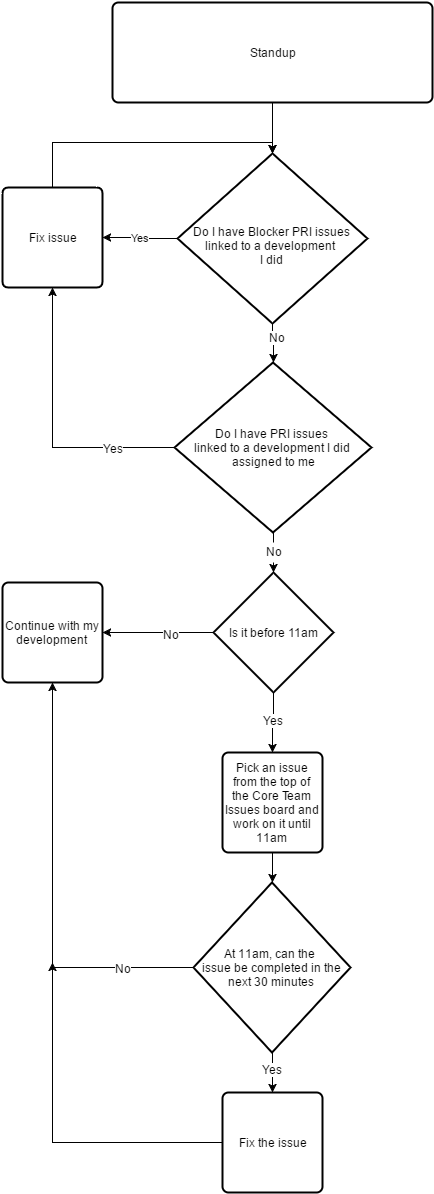
intuitive-documentation/process keeps this draw.io diagram as _content/Process/Workflow.png. Above is the earlier version. Source tidied: cells renumbered, new cells last; positions are measured from the earlier drawing's top-left corner, leaving out a move shared by most shapes.
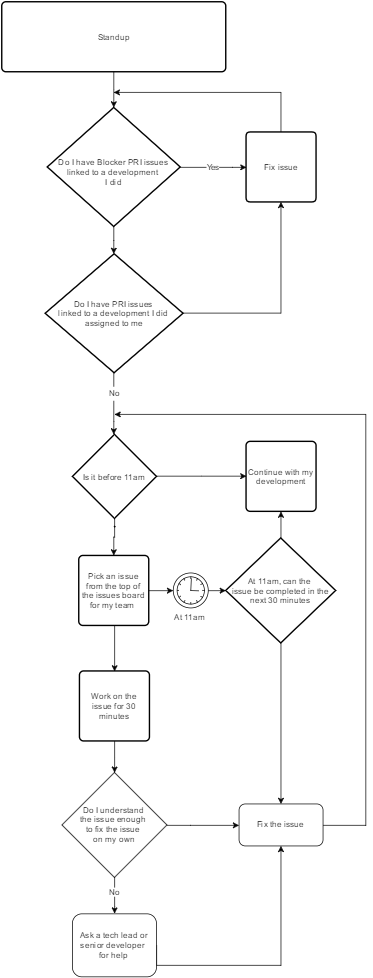
The same diagram one commit later.

What changed in the source:
```diff
@@ -2,147 +2,192 @@
   <root>
     <mxCell id="0" />
     <mxCell id="1" parent="0" />
-    <mxCell id="2" style="edgeStyle=orthogonalEdgeStyle;rounded=0;html=1;jettySize=auto;strokeColor=#000000;" parent="1" edge="1" source="3" target="8">
-      <mxGeometry x="460" y="120" as="geometry" />
+    <mxCell id="2" style="edgeStyle=orthogonalEdgeStyle;rounded=0;html=1;jettySize=auto;strokeColor=#000000;" parent="1" edge="1" source="3" target="7">
+      <mxGeometry x="460.1" y="120" as="geometry" />
     </mxCell>
     <mxCell id="3" value="Standup" style="strokeWidth=2;html=1;shape=mxgraph.flowchart.process;whiteSpace=wrap;" parent="1" vertex="1">
       <mxGeometry x="110" width="320" height="100" as="geometry" />
     </mxCell>
-    <mxCell id="4" value="Yes" style="edgeStyle=orthogonalEdgeStyle;rounded=0;html=1;jettySize=auto;" parent="1" edge="1" source="8">
-      <mxGeometry x="290" y="255" as="geometry">
-        <mxPoint x="100" y="235" as="targetPoint" />
+    <mxCell id="4" value="Yes" style="edgeStyle=orthogonalEdgeStyle;rounded=0;html=1;jettySize=auto;entryX=0.5;entryY=1;entryPerimeter=0;" parent="1" edge="1" source="7" target="9">
+      <mxGeometry x="555" y="256.6" as="geometry">
+        <Array as="points">
+          <mxPoint x="440" y="236" />
+          <mxPoint x="440" y="236" />
+        </Array>
       </mxGeometry>
     </mxCell>
-    <mxCell id="5" style="edgeStyle=orthogonalEdgeStyle;rounded=0;html=1;jettySize=auto;strokeColor=#000000;entryX=0.5;entryY=0;entryPerimeter=0;" parent="1" edge="1" source="8" target="12">
-      <mxGeometry x="460" y="341" as="geometry" />
+    <mxCell id="5" style="edgeStyle=orthogonalEdgeStyle;rounded=0;html=1;jettySize=auto;strokeColor=#000000;entryX=0.5;entryY=0;entryPerimeter=0;" parent="1" edge="1" source="7" target="11">
+      <mxGeometry x="460.1" y="341" as="geometry" />
     </mxCell>
     <mxCell id="6" value="No" style="text;html=1;align=center;verticalAlign=middle;labelBackgroundColor=#ffffff;" parent="5" vertex="1">
       <mxGeometry x="0.02" y="-3" relative="1" as="geometry">
         <mxPoint x="4" y="-10" as="offset" />
       </mxGeometry>
     </mxCell>
-    <mxCell id="7" value="No" style="text;html=1;points=[];align=center;verticalAlign=middle;labelBackgroundColor=#ffffff;" parent="1" vertex="1">
-      <mxGeometry x="274" y="334" as="geometry">
-        <mxPoint x="4" y="-10" as="offset" />
-      </mxGeometry>
+    <mxCell id="7" value="&lt;div&gt;&lt;br&gt;&lt;/div&gt;Do I have Blocker PRI issues linked&amp;nbsp;&lt;span&gt;to a development&amp;nbsp;&lt;/span&gt;&lt;div&gt;&lt;span&gt;I did&lt;/span&gt;&lt;/div&gt;" style="strokeWidth=2;html=1;shape=mxgraph.flowchart.decision;whiteSpace=wrap;direction=west;" parent="1" vertex="1">
+      <mxGeometry x="175" y="151" width="190" height="170" as="geometry" />
     </mxCell>
-    <mxCell id="8" value="&lt;div&gt;&lt;br&gt;&lt;/div&gt;Do I have Blocker PRI issues linked&amp;nbsp;&lt;span&gt;to a development&amp;nbsp;&lt;/span&gt;&lt;div&gt;&lt;span&gt;I did&lt;/span&gt;&lt;/div&gt;" style="strokeWidth=2;html=1;shape=mxgraph.flowchart.decision;whiteSpace=wrap;direction=west;" parent="1" vertex="1">
-      <mxGeometry x="175" y="151" width="190" height="170" as="geometry" />
+    <mxCell id="8" style="edgeStyle=orthogonalEdgeStyle;rounded=0;html=1;exitX=0;exitY=0.5;exitPerimeter=0;jettySize=auto;strokeColor=#000000;" parent="1" edge="1" source="9">
+      <mxGeometry x="460.1" y="149.5" as="geometry">
+        <mxPoint x="270.1" y="129.5" as="targetPoint" />
+        <Array as="points">
+          <mxPoint x="509" y="130" />
+          <mxPoint x="270" y="130" />
+        </Array>
+      </mxGeometry>
     </mxCell>
-    <mxCell id="9" style="edgeStyle=orthogonalEdgeStyle;rounded=0;html=1;jettySize=auto;entryX=0.5;entryY=1;entryPerimeter=0;" parent="1" edge="1" source="10" target="8">
-      <mxGeometry x="240" y="160" as="geometry">
-        <Array as="points">
-          <mxPoint x="50" y="140" />
-          <mxPoint x="270" y="140" />
-        </Array>
-      </mxGeometry>
+    <mxCell id="9" value="Fix issue" style="strokeWidth=2;html=1;shape=mxgraph.flowchart.process;whiteSpace=wrap;direction=south;" parent="1" vertex="1">
+      <mxGeometry x="459" y="186" width="100" height="100" as="geometry" />
     </mxCell>
-    <mxCell id="10" value="Fix issue" style="strokeWidth=2;html=1;shape=mxgraph.flowchart.process;whiteSpace=wrap;direction=south;" parent="1" vertex="1">
-      <mxGeometry y="185" width="100" height="100" as="geometry" />
+    <mxCell id="10" style="edgeStyle=orthogonalEdgeStyle;rounded=0;html=1;jettySize=auto;strokeColor=#000000;" parent="1" edge="1" source="11" target="18">
+      <mxGeometry x="460.1" y="550" as="geometry">
+        <Array as="points">
+          <mxPoint x="270" y="600" />
+          <mxPoint x="270" y="600" />
+        </Array>
+      </mxGeometry>
     </mxCell>
-    <mxCell id="11" style="edgeStyle=orthogonalEdgeStyle;rounded=0;html=1;jettySize=auto;strokeColor=#000000;" parent="1" edge="1" source="12" target="22">
-      <mxGeometry x="461" y="550" as="geometry" />
+    <mxCell id="11" value="Do I have PRI issues&amp;nbsp;&lt;div&gt;linked&amp;nbsp;&lt;span style=&quot;line-height: 1.2&quot;&gt;to a development I did&amp;nbsp;&lt;/span&gt;&lt;div&gt;assigned to me&lt;/div&gt;&lt;/div&gt;" style="strokeWidth=2;html=1;shape=mxgraph.flowchart.decision;whiteSpace=wrap;" parent="1" vertex="1">
+      <mxGeometry x="172" y="360" width="197" height="170" as="geometry" />
     </mxCell>
-    <mxCell id="12" value="Do I have PRI issues&amp;nbsp;&lt;div&gt;linked&amp;nbsp;&lt;span style=&quot;line-height: 1.2&quot;&gt;to a development I did&amp;nbsp;&lt;/span&gt;&lt;div&gt;&lt;span style=&quot;line-height: 1.2&quot;&gt;assigned to me&lt;/span&gt;&lt;/div&gt;&lt;/div&gt;" style="strokeWidth=2;html=1;shape=mxgraph.flowchart.decision;whiteSpace=wrap;" parent="1" vertex="1">
-      <mxGeometry x="172" y="360" width="197" height="170" as="geometry" />
+    <mxCell id="12" style="edgeStyle=orthogonalEdgeStyle;rounded=0;html=1;exitX=1;exitY=0.5;exitPerimeter=0;entryX=1;entryY=0.5;entryPerimeter=0;jettySize=auto;strokeColor=#000000;" parent="1" edge="1" source="11" target="9">
+      <mxGeometry x="558.9" y="306" as="geometry">
+        <Array as="points">
+          <mxPoint x="509" y="445" />
+        </Array>
+      </mxGeometry>
     </mxCell>
-    <mxCell id="13" style="edgeStyle=orthogonalEdgeStyle;rounded=0;html=1;exitX=0;exitY=0.5;exitPerimeter=0;entryX=1;entryY=0.5;entryPerimeter=0;jettySize=auto;strokeColor=#000000;" parent="1" edge="1" source="12" target="10">
-      <mxGeometry x="240" y="305" as="geometry">
-        <Array as="points">
-          <mxPoint x="50" y="445" />
-        </Array>
+    <mxCell id="13" value="Yes" style="text;html=1;align=center;verticalAlign=middle;labelBackgroundColor=#ffffff;" parent="12" vertex="1">
+      <mxGeometry x="-0.29" y="1" relative="1" as="geometry">
+        <mxPoint x="-47" y="1" as="offset" />
       </mxGeometry>
     </mxCell>
-    <mxCell id="14" value="Yes" style="text;html=1;align=center;verticalAlign=middle;labelBackgroundColor=#ffffff;" parent="13" vertex="1">
-      <mxGeometry x="-0.29" y="1" relative="1" as="geometry">
-        <mxPoint x="38" y="-1" as="offset" />
-      </mxGeometry>
+    <mxCell id="14" style="edgeStyle=orthogonalEdgeStyle;rounded=0;html=1;jettySize=auto;strokeColor=#000000;entryX=0;entryY=0.5;entryPerimeter=0;" parent="1" edge="1" source="18" target="19">
+      <mxGeometry x="521" y="697.8" as="geometry" />
     </mxCell>
-    <mxCell id="15" value="Yes" style="text;html=1;align=center;verticalAlign=middle;labelBackgroundColor=#ffffff;" parent="1" vertex="1">
-      <mxGeometry x="110" y="445" as="geometry">
-        <mxPoint x="38" y="-1" as="offset" />
+    <mxCell id="15" value="No" style="text;html=1;align=center;verticalAlign=middle;labelBackgroundColor=#ffffff;" parent="14" vertex="1">
+      <mxGeometry x="-0.23" y="4" relative="1" as="geometry">
+        <mxPoint x="14" y="6" as="offset" />
       </mxGeometry>
     </mxCell>
-    <mxCell id="16" style="edgeStyle=orthogonalEdgeStyle;rounded=0;html=1;jettySize=auto;strokeColor=#000000;entryX=1;entryY=0.5;entryPerimeter=0;" parent="1" edge="1" source="22" target="23">
-      <mxGeometry x="290" y="650" as="geometry" />
+    <mxCell id="16" style="edgeStyle=orthogonalEdgeStyle;rounded=0;html=1;jettySize=auto;strokeColor=#000000;exitX=0.5;exitY=1;exitPerimeter=0;" parent="1" edge="1" source="18" target="22">
+      <mxGeometry x="460.1" y="757.8" as="geometry">
+        <Array as="points">
+          <mxPoint x="271" y="765" />
+          <mxPoint x="270" y="765" />
+        </Array>
+      </mxGeometry>
     </mxCell>
-    <mxCell id="17" value="No" style="text;html=1;align=center;verticalAlign=middle;labelBackgroundColor=#ffffff;" parent="16" vertex="1">
-      <mxGeometry x="-0.23" y="4" relative="1" as="geometry">
-        <mxPoint y="-3" as="offset" />
+    <mxCell id="17" value="Yes" style="text;html=1;align=center;verticalAlign=middle;labelBackgroundColor=#ffffff;" parent="16" vertex="1">
+      <mxGeometry x="0.02" y="-3" relative="1" as="geometry">
+        <mxPoint x="3" y="-3" as="offset" />
       </mxGeometry>
     </mxCell>
-    <mxCell id="18" value="No" style="text;html=1;points=[];align=center;verticalAlign=middle;labelBackgroundColor=#ffffff;" parent="1" vertex="1">
-      <mxGeometry x="168" y="631" as="geometry">
-        <mxPoint y="-3" as="offset" />
-      </mxGeometry>
+    <mxCell id="18" value="Is it before 11am" style="strokeWidth=2;html=1;shape=mxgraph.flowchart.decision;whiteSpace=wrap;" parent="1" vertex="1">
+      <mxGeometry x="211" y="618" width="120" height="120" as="geometry" />
     </mxCell>
-    <mxCell id="19" style="edgeStyle=orthogonalEdgeStyle;rounded=0;html=1;jettySize=auto;strokeColor=#000000;" parent="1" edge="1" source="22" target="25">
-      <mxGeometry x="460" y="710" as="geometry" />
+    <mxCell id="19" value="Continue with my development" style="strokeWidth=2;html=1;shape=mxgraph.flowchart.process;whiteSpace=wrap;" parent="1" vertex="1">
+      <mxGeometry x="459" y="628" width="100" height="100" as="geometry" />
     </mxCell>
-    <mxCell id="20" value="Yes" style="text;html=1;align=center;verticalAlign=middle;labelBackgroundColor=#ffffff;" parent="19" vertex="1">
-      <mxGeometry x="0.02" y="-3" relative="1" as="geometry">
-        <mxPoint x="3" y="-3" as="offset" />
-      </mxGeometry>
+    <mxCell id="20" style="edgeStyle=orthogonalEdgeStyle;rounded=0;html=1;exitX=1;exitY=0.5;exitPerimeter=0;entryX=0;entryY=0.5;jettySize=auto;strokeColor=#000000;" parent="1" edge="1" source="22" target="41">
+      <mxGeometry x="509.5" y="861.3" as="geometry" />
     </mxCell>
-    <mxCell id="21" value="Yes" style="text;html=1;align=center;verticalAlign=middle;labelBackgroundColor=#ffffff;" parent="1" vertex="1">
-      <mxGeometry x="270" y="717" as="geometry">
-        <mxPoint x="3" y="-3" as="offset" />
+    <mxCell id="21" style="edgeStyle=orthogonalEdgeStyle;rounded=0;html=1;exitX=0.5;exitY=1;exitPerimeter=0;entryX=0.5;entryY=0;entryPerimeter=0;jettySize=auto;strokeColor=#000000;" parent="1" edge="1" source="22" target="30">
+      <mxGeometry x="460.1" y="910.7" as="geometry">
+        <Array as="points">
+          <mxPoint x="271" y="891" />
+        </Array>
       </mxGeometry>
     </mxCell>
-    <mxCell id="22" value="Is it before 11am" style="strokeWidth=2;html=1;shape=mxgraph.flowchart.decision;whiteSpace=wrap;" parent="1" vertex="1">
-      <mxGeometry x="211" y="570" width="120" height="120" as="geometry" />
+    <mxCell id="22" value="Pick an issue from the top of the issues board for my team&amp;nbsp;" style="strokeWidth=2;html=1;shape=mxgraph.flowchart.process;whiteSpace=wrap;" parent="1" vertex="1">
+      <mxGeometry x="220" y="791" width="100" height="100" as="geometry" />
     </mxCell>
-    <mxCell id="23" value="Continue with my development" style="strokeWidth=2;html=1;shape=mxgraph.flowchart.process;whiteSpace=wrap;" parent="1" vertex="1">
-      <mxGeometry y="580" width="100" height="100" as="geometry" />
+    <mxCell id="23" style="edgeStyle=orthogonalEdgeStyle;rounded=0;html=1;exitX=0.5;exitY=1;exitPerimeter=0;entryX=0.5;entryY=1;entryPerimeter=0;jettySize=auto;orthogonalLoop=1;strokeColor=#000000;" parent="1" edge="1">
+      <mxGeometry x="461.2" y="770.5" as="geometry">
+        <mxPoint x="271.2" y="750.5" as="sourcePoint" />
+        <mxPoint x="271.2" y="750.7" as="targetPoint" />
+      </mxGeometry>
     </mxCell>
-    <mxCell id="24" style="edgeStyle=orthogonalEdgeStyle;rounded=0;html=1;jettySize=auto;strokeColor=#000000;" parent="1" edge="1" source="25" target="33">
-      <mxGeometry x="460" y="870" as="geometry" />
+    <mxCell id="24" style="edgeStyle=orthogonalEdgeStyle;rounded=0;html=1;exitX=0.5;exitY=0;exitPerimeter=0;entryX=0.5;entryY=1;entryPerimeter=0;jettySize=auto;strokeColor=#000000;" parent="1" edge="1" source="28" target="19">
+      <mxGeometry x="698.9" y="748.4" as="geometry" />
     </mxCell>
-    <mxCell id="25" value="Pick an issue from the top of the Core Team Issues board and work on it until 11am" style="strokeWidth=2;html=1;shape=mxgraph.flowchart.process;whiteSpace=wrap;" parent="1" vertex="1">
-      <mxGeometry x="220" y="750" width="100" height="100" as="geometry" />
+    <mxCell id="25" value="No" style="text;html=1;points=[];align=center;verticalAlign=middle;labelBackgroundColor=#ffffff;" parent="24" vertex="1">
+      <mxGeometry x="-0.2" y="-1" relative="1" as="geometry" />
     </mxCell>
-    <mxCell id="26" style="edgeStyle=orthogonalEdgeStyle;rounded=0;html=1;exitX=0.5;exitY=1;exitPerimeter=0;entryX=0.5;entryY=1;entryPerimeter=0;jettySize=auto;orthogonalLoop=1;strokeColor=#000000;" parent="1" edge="1" source="22" target="22">
-      <mxGeometry x="461" y="710" as="geometry" />
+    <mxCell id="26" style="edgeStyle=orthogonalEdgeStyle;rounded=0;html=1;exitX=0.5;exitY=1;exitPerimeter=0;entryX=0.5;entryY=0;jettySize=auto;strokeColor=#000000;" parent="1" edge="1" source="28" target="39">
+      <mxGeometry x="698.9" y="936.6" as="geometry" />
     </mxCell>
-    <mxCell id="27" style="edgeStyle=orthogonalEdgeStyle;rounded=0;html=1;jettySize=auto;strokeColor=#000000;entryX=0.5;entryY=1;entryPerimeter=0;" parent="1" edge="1" source="33" target="23">
-      <mxGeometry x="240" y="700" as="geometry">
-        <Array as="points">
-          <mxPoint x="50" y="965" />
-        </Array>
-      </mxGeometry>
+    <mxCell id="27" value="Yes" style="text;html=1;align=center;verticalAlign=middle;labelBackgroundColor=#ffffff;" parent="26" vertex="1">
+      <mxGeometry x="-0.6" y="-1" relative="1" as="geometry" />
     </mxCell>
-    <mxCell id="28" value="No" style="text;html=1;points=[];align=center;verticalAlign=middle;labelBackgroundColor=#ffffff;" parent="27" vertex="1">
-      <mxGeometry x="-0.35" y="-25" relative="1" as="geometry">
-        <mxPoint x="68" y="25" as="offset" />
-      </mxGeometry>
+    <mxCell id="28" value="At 11am, can the&amp;nbsp;&lt;div&gt;issue be completed in the next 30 minutes&lt;/div&gt;" style="strokeWidth=2;html=1;shape=mxgraph.flowchart.decision;whiteSpace=wrap;" parent="1" vertex="1">
+      <mxGeometry x="430" y="766" width="157" height="150" as="geometry" />
     </mxCell>
-    <mxCell id="29" value="No" style="text;html=1;align=center;verticalAlign=middle;labelBackgroundColor=#ffffff;" parent="1" vertex="1">
-      <mxGeometry x="120" y="965" as="geometry">
-        <mxPoint x="68" y="25" as="offset" />
-      </mxGeometry>
+    <mxCell id="29" style="edgeStyle=orthogonalEdgeStyle;rounded=0;html=1;exitX=0.5;exitY=1;exitPerimeter=0;jettySize=auto;strokeColor=#000000;" parent="1" edge="1" source="30" target="35">
+      <mxGeometry x="461.2" y="1076.6" as="geometry" />
     </mxCell>
-    <mxCell id="30" style="edgeStyle=orthogonalEdgeStyle;rounded=0;html=1;jettySize=auto;strokeColor=#000000;" parent="1" edge="1" source="33" target="35">
-      <mxGeometry x="460" y="1070" as="geometry" />
+    <mxCell id="30" value="Work on the issue for 30 minutes" style="strokeWidth=2;html=1;shape=mxgraph.flowchart.process;whiteSpace=wrap;" parent="1" vertex="1">
+      <mxGeometry x="221" y="956" width="100" height="100" as="geometry" />
     </mxCell>
-    <mxCell id="31" value="Yes" style="text;html=1;align=center;verticalAlign=middle;labelBackgroundColor=#ffffff;" parent="30" vertex="1">
-      <mxGeometry x="-0.22" y="-1" relative="1" as="geometry" />
+    <mxCell id="31" value="No" style="text;html=1;align=left;verticalAlign=top;spacingTop=-4;fillColor=#ffffff;strokeColor=none;" parent="1" vertex="1">
+      <mxGeometry x="261" y="550" width="30" height="20" as="geometry" />
     </mxCell>
-    <mxCell id="32" value="Yes" style="text;html=1;align=center;verticalAlign=middle;labelBackgroundColor=#ffffff;" parent="1" vertex="1">
-      <mxGeometry x="269" y="1066" as="geometry" />
+    <mxCell id="32" value="No" style="edgeStyle=orthogonalEdgeStyle;rounded=0;html=1;exitX=0.5;exitY=1;entryX=0.5;entryY=0;jettySize=auto;strokeColor=#000000;" parent="1" edge="1" source="35" target="37">
+      <mxGeometry x="461.2" y="1270.7" as="geometry">
+        <Array as="points">
+          <mxPoint x="271" y="1293" />
+          <mxPoint x="271" y="1293" />
+        </Array>
+        <mxPoint x="20" y="-20" as="offset" />
+      </mxGeometry>
     </mxCell>
-    <mxCell id="33" value="At 11am, can the&amp;nbsp;&lt;div&gt;issue be completed in the next 30 minutes&lt;/div&gt;" style="strokeWidth=2;html=1;shape=mxgraph.flowchart.decision;whiteSpace=wrap;" parent="1" vertex="1">
-      <mxGeometry x="191" y="880" width="157" height="170" as="geometry" />
+    <mxCell id="33" style="edgeStyle=orthogonalEdgeStyle;rounded=0;html=1;exitX=1;exitY=0.5;entryX=0;entryY=0.5;jettySize=auto;strokeColor=#000000;" parent="1" edge="1" source="35" target="39">
+      <mxGeometry x="536.5" y="1196.6" as="geometry">
+        <Array as="points">
+          <mxPoint x="380" y="1176" />
+          <mxPoint x="380" y="1176" />
+        </Array>
+      </mxGeometry>
     </mxCell>
-    <mxCell id="34" style="edgeStyle=orthogonalEdgeStyle;rounded=0;html=1;jettySize=auto;strokeColor=#000000;" parent="1" edge="1" source="35">
-      <mxGeometry x="240" y="980" as="geometry">
-        <mxPoint x="50" y="960" as="targetPoint" />
+    <mxCell id="34" value="Yes" style="text;html=1;align=center;verticalAlign=middle;labelBackgroundColor=#ffffff;" parent="33" vertex="1">
+      <mxGeometry x="-0.12" y="-1" relative="1" as="geometry">
+        <mxPoint x="3" y="-1" as="offset" />
       </mxGeometry>
     </mxCell>
-    <mxCell id="35" value="Fix the issue" style="strokeWidth=2;html=1;shape=mxgraph.flowchart.process;whiteSpace=wrap;" parent="1" vertex="1">
-      <mxGeometry x="220" y="1090" width="100" height="100" as="geometry" />
+    <mxCell id="35" value="Do I understand&amp;nbsp;&lt;div&gt;the issue enough&amp;nbsp;&lt;/div&gt;&lt;div&gt;to fix the issue&amp;nbsp;&lt;/div&gt;&lt;div&gt;on my own&lt;/div&gt;" style="rhombus;whiteSpace=wrap;html=1;" parent="1" vertex="1">
+      <mxGeometry x="196" y="1101" width="150" height="150" as="geometry" />
     </mxCell>
-    <mxCell id="36" value="No" style="text;html=1;align=left;verticalAlign=top;spacingTop=-4;fillColor=#ffffff;strokeColor=none;" parent="1" vertex="1">
-      <mxGeometry x="262" y="540" width="30" height="20" as="geometry" />
+    <mxCell id="36" style="edgeStyle=orthogonalEdgeStyle;rounded=0;html=1;exitX=1;exitY=0.5;entryX=0.5;entryY=1;jettySize=auto;strokeColor=#000000;" parent="1" edge="1" source="37" target="39">
+      <mxGeometry x="521.2" y="1226" as="geometry">
+        <Array as="points">
+          <mxPoint x="509" y="1376" />
+        </Array>
+      </mxGeometry>
     </mxCell>
+    <mxCell id="37" value="Ask a tech lead or senior developer&amp;nbsp;&lt;div&gt;for help&lt;/div&gt;" style="rounded=1;whiteSpace=wrap;html=1;" parent="1" vertex="1">
+      <mxGeometry x="211" y="1303" width="120" height="90" as="geometry" />
+    </mxCell>
+    <mxCell id="38" style="edgeStyle=orthogonalEdgeStyle;rounded=0;html=1;exitX=1;exitY=0.5;jettySize=auto;strokeColor=#000000;" parent="1" edge="1" source="39">
+      <mxGeometry x="461.2" y="609.5" as="geometry">
+        <mxPoint x="271.2" y="589.5" as="targetPoint" />
+        <Array as="points">
+          <mxPoint x="630" y="1176" />
+          <mxPoint x="630" y="590" />
+        </Array>
+      </mxGeometry>
+    </mxCell>
+    <mxCell id="39" value="Fix the issue" style="rounded=1;whiteSpace=wrap;html=1;" parent="1" vertex="1">
+      <mxGeometry x="449" y="1146" width="120" height="60" as="geometry" />
+    </mxCell>
+    <mxCell id="40" style="edgeStyle=orthogonalEdgeStyle;rounded=0;html=1;exitX=1;exitY=0.5;entryX=0;entryY=0.5;entryPerimeter=0;jettySize=auto;strokeColor=#000000;" parent="1" edge="1" source="41" target="28">
+      <mxGeometry x="595.4" y="861.3" as="geometry">
+        <Array as="points">
+          <mxPoint x="430" y="841" />
+        </Array>
+      </mxGeometry>
+    </mxCell>
+    <mxCell id="41" value="At 11am" style="shape=mxgraph.bpmn.shape;html=1;verticalLabelPosition=bottom;labelBackgroundColor=#ffffff;verticalAlign=top;perimeter=ellipsePerimeter;outline=eventInt;symbol=timer;" parent="1" vertex="1">
+      <mxGeometry x="355" y="816" width="50" height="50" as="geometry" />
+    </mxCell>
   </root>
 </mxGraphModel>
```
